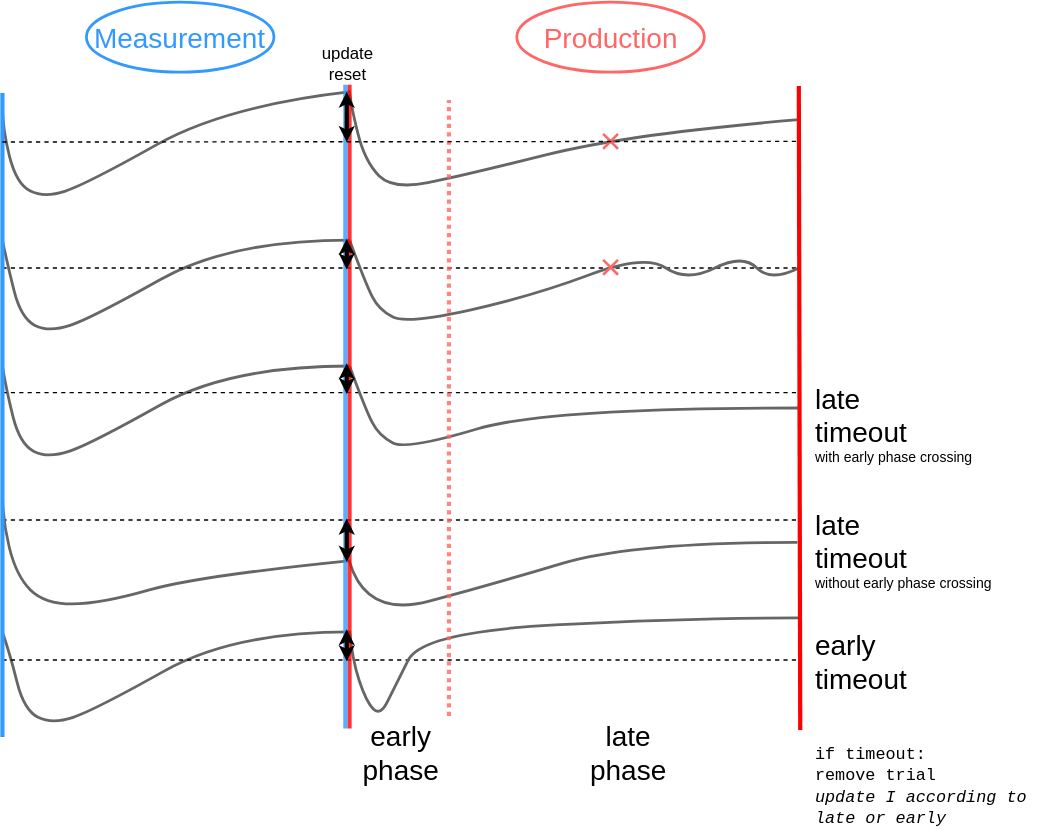
The draw.io diagram notes/defStages.drawio.svg in KatharinaBracher/neural-circuit-model, before a commit. Source tidied: cells renumbered, new cells last; positions are measured from the earlier drawing's top-left corner, leaving out a move shared by most shapes.
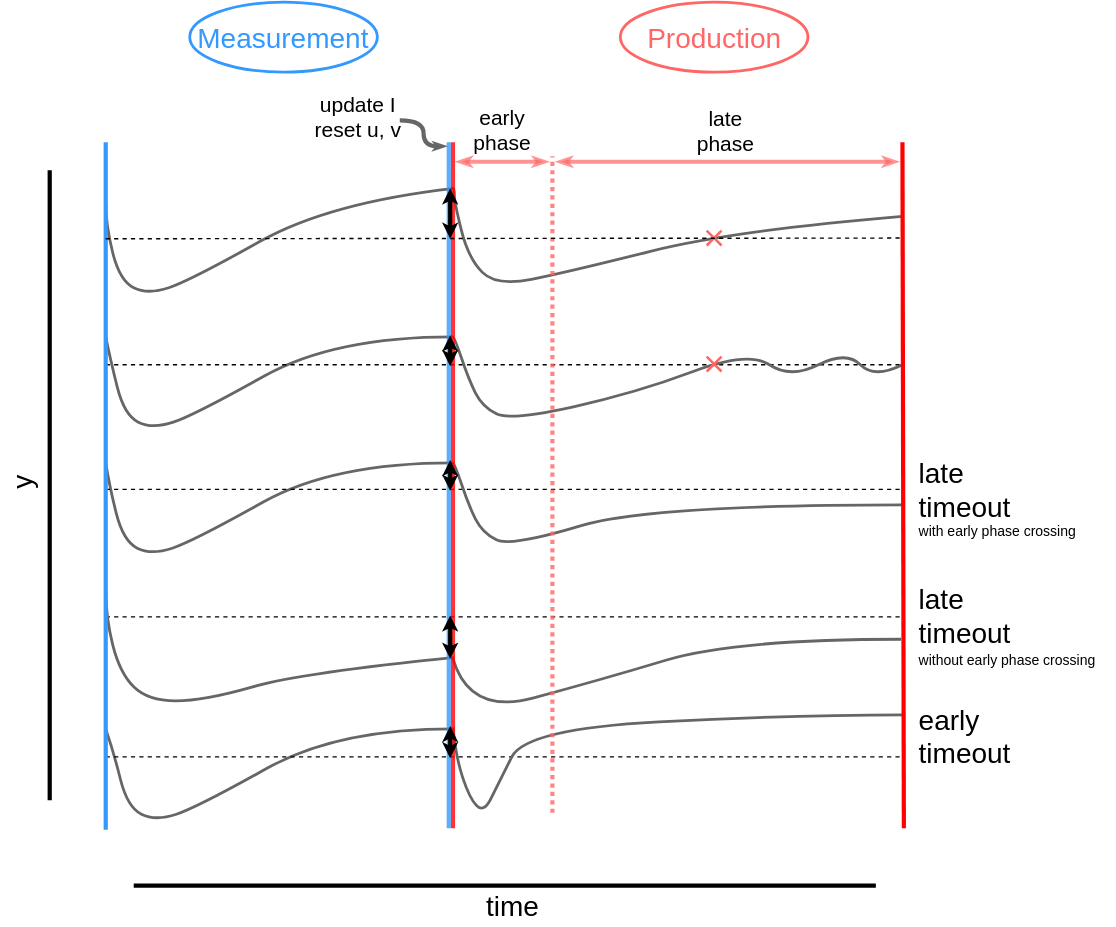
The same diagram one commit later.

Commit message:
adjustments and updated todos

The edit, as a diff of the source:
```diff
@@ -6,10 +6,10 @@
       <mxGeometry relative="1" as="geometry">
-        <mxPoint y="450" as="sourcePoint" />
-        <mxPoint x="248" y="450" as="targetPoint" />
+        <mxPoint y="529" as="sourcePoint" />
+        <mxPoint x="248" y="529" as="targetPoint" />
         <Array as="points">
-          <mxPoint x="5.5" y="466" />
-          <mxPoint x="15.5" y="506" />
-          <mxPoint x="35.5" y="516" />
-          <mxPoint x="65.5" y="506" />
-          <mxPoint x="165.5" y="450" />
+          <mxPoint x="5.5" y="545" />
+          <mxPoint x="15.5" y="585" />
+          <mxPoint x="35.5" y="595" />
+          <mxPoint x="65.5" y="585" />
+          <mxPoint x="165.5" y="529" />
         </Array>
@@ -19,10 +19,10 @@
       <mxGeometry relative="1" as="geometry">
-        <mxPoint y="260" as="sourcePoint" />
-        <mxPoint x="248" y="260" as="targetPoint" />
+        <mxPoint y="339" as="sourcePoint" />
+        <mxPoint x="248" y="339" as="targetPoint" />
         <Array as="points">
-          <mxPoint x="2.5" y="276" />
-          <mxPoint x="12.5" y="316" />
-          <mxPoint x="32.5" y="326" />
-          <mxPoint x="62.5" y="316" />
-          <mxPoint x="162.5" y="260" />
+          <mxPoint x="2.5" y="355" />
+          <mxPoint x="12.5" y="395" />
+          <mxPoint x="32.5" y="405" />
+          <mxPoint x="62.5" y="395" />
+          <mxPoint x="162.5" y="339" />
         </Array>
@@ -32,10 +32,10 @@
       <mxGeometry relative="1" as="geometry">
-        <mxPoint y="170" as="sourcePoint" />
-        <mxPoint x="248" y="170" as="targetPoint" />
+        <mxPoint y="249" as="sourcePoint" />
+        <mxPoint x="248" y="249" as="targetPoint" />
         <Array as="points">
-          <mxPoint x="3.2" y="186" />
-          <mxPoint x="13.2" y="226" />
-          <mxPoint x="33.2" y="236" />
-          <mxPoint x="63.2" y="226" />
-          <mxPoint x="163.2" y="170" />
+          <mxPoint x="3.2" y="265" />
+          <mxPoint x="13.2" y="305" />
+          <mxPoint x="33.2" y="315" />
+          <mxPoint x="63.2" y="305" />
+          <mxPoint x="163.2" y="249" />
         </Array>
@@ -45,4 +45,4 @@
       <mxGeometry relative="1" as="geometry">
-        <mxPoint y="279" as="sourcePoint" />
-        <mxPoint x="569" y="279" as="targetPoint" />
+        <mxPoint y="358" as="sourcePoint" />
+        <mxPoint x="569" y="358" as="targetPoint" />
       </mxGeometry>
@@ -50,3 +50,3 @@
     <mxCell id="6" value="late timeout" style="text;html=1;strokeColor=none;fillColor=none;align=left;verticalAlign=middle;whiteSpace=wrap;rounded=0;fontFamily=Helvetica;fontSize=20;fontColor=#000000;" parent="1" vertex="1">
-      <mxGeometry x="579" y="290" width="100" height="10" as="geometry" />
+      <mxGeometry x="579" y="353" width="100" height="10" as="geometry" />
     </mxCell>
@@ -54,10 +54,10 @@
       <mxGeometry relative="1" as="geometry">
-        <mxPoint x="248" y="260" as="sourcePoint" />
-        <mxPoint x="569" y="290" as="targetPoint" />
+        <mxPoint x="248" y="339" as="sourcePoint" />
+        <mxPoint x="569" y="369" as="targetPoint" />
         <Array as="points">
-          <mxPoint x="249" y="260" />
-          <mxPoint x="259" y="290" />
-          <mxPoint x="269" y="310" />
-          <mxPoint x="289" y="320" />
-          <mxPoint x="389" y="290" />
+          <mxPoint x="249" y="339" />
+          <mxPoint x="259" y="369" />
+          <mxPoint x="269" y="389" />
+          <mxPoint x="289" y="399" />
+          <mxPoint x="389" y="369" />
         </Array>
@@ -67,11 +67,11 @@
       <mxGeometry relative="1" as="geometry">
-        <mxPoint x="248" y="64" as="sourcePoint" />
-        <mxPoint x="569" y="84" as="targetPoint" />
+        <mxPoint x="248" y="143" as="sourcePoint" />
+        <mxPoint x="569" y="163" as="targetPoint" />
         <Array as="points">
-          <mxPoint x="249" y="64" />
-          <mxPoint x="249" y="74" />
-          <mxPoint x="259" y="114" />
-          <mxPoint x="279" y="134" />
-          <mxPoint x="329" y="124" />
-          <mxPoint x="449" y="94" />
+          <mxPoint x="249" y="143" />
+          <mxPoint x="249" y="153" />
+          <mxPoint x="259" y="193" />
+          <mxPoint x="279" y="213" />
+          <mxPoint x="329" y="203" />
+          <mxPoint x="449" y="173" />
         </Array>
@@ -81,4 +81,4 @@
       <mxGeometry relative="1" as="geometry">
-        <mxPoint y="190" as="sourcePoint" />
-        <mxPoint x="569" y="190" as="targetPoint" />
+        <mxPoint y="269" as="sourcePoint" />
+        <mxPoint x="569" y="269" as="targetPoint" />
       </mxGeometry>
@@ -87,14 +87,14 @@
       <mxGeometry relative="1" as="geometry">
-        <mxPoint x="248" y="170" as="sourcePoint" />
-        <mxPoint x="569" y="190" as="targetPoint" />
+        <mxPoint x="248" y="249" as="sourcePoint" />
+        <mxPoint x="569" y="269" as="targetPoint" />
         <Array as="points">
-          <mxPoint x="249" y="170" />
-          <mxPoint x="259" y="200" />
-          <mxPoint x="269" y="220" />
-          <mxPoint x="289" y="230" />
-          <mxPoint x="379" y="210" />
-          <mxPoint x="459" y="180" />
-          <mxPoint x="489" y="200" />
-          <mxPoint x="529" y="180" />
-          <mxPoint x="549" y="200" />
+          <mxPoint x="249" y="249" />
+          <mxPoint x="259" y="279" />
+          <mxPoint x="269" y="299" />
+          <mxPoint x="289" y="309" />
+          <mxPoint x="379" y="289" />
+          <mxPoint x="459" y="259" />
+          <mxPoint x="489" y="279" />
+          <mxPoint x="529" y="259" />
+          <mxPoint x="549" y="279" />
         </Array>
@@ -104,4 +104,4 @@
       <mxGeometry relative="1" as="geometry">
-        <mxPoint y="470" as="sourcePoint" />
-        <mxPoint x="570" y="470" as="targetPoint" />
+        <mxPoint y="549" as="sourcePoint" />
+        <mxPoint x="570" y="549" as="targetPoint" />
       </mxGeometry>
@@ -110,11 +110,11 @@
       <mxGeometry relative="1" as="geometry">
-        <mxPoint x="248" y="449" as="sourcePoint" />
-        <mxPoint x="570" y="440" as="targetPoint" />
+        <mxPoint x="248" y="528" as="sourcePoint" />
+        <mxPoint x="570" y="519" as="targetPoint" />
         <Array as="points">
-          <mxPoint x="250" y="470" />
-          <mxPoint x="260" y="500" />
-          <mxPoint x="270" y="510" />
-          <mxPoint x="280" y="490" />
-          <mxPoint x="300" y="450" />
-          <mxPoint x="490" y="440" />
+          <mxPoint x="250" y="549" />
+          <mxPoint x="260" y="579" />
+          <mxPoint x="270" y="589" />
+          <mxPoint x="280" y="569" />
+          <mxPoint x="300" y="529" />
+          <mxPoint x="490" y="519" />
         </Array>
@@ -123,21 +123,18 @@
     <mxCell id="13" value="early timeout" style="text;html=1;strokeColor=none;fillColor=none;align=left;verticalAlign=middle;whiteSpace=wrap;rounded=0;fontFamily=Helvetica;fontSize=20;fontColor=#000000;" parent="1" vertex="1">
-      <mxGeometry x="579" y="466" width="111" height="10" as="geometry" />
+      <mxGeometry x="579" y="529" width="111" height="10" as="geometry" />
     </mxCell>
     <mxCell id="14" style="shape=cross;whiteSpace=wrap;html=1;fontFamily=Courier New;fontSize=18;fontColor=#ffffff;strokeColor=none;fillColor=#FF6666;rotation=-45;size=0.12116421417921022;" parent="1" vertex="1">
-      <mxGeometry x="427" y="92" width="15" height="15" as="geometry" />
+      <mxGeometry x="427" y="171" width="15" height="15" as="geometry" />
     </mxCell>
     <mxCell id="15" style="shape=cross;whiteSpace=wrap;html=1;fontFamily=Courier New;fontSize=18;fontColor=#ffffff;strokeColor=none;fillColor=#FF6666;rotation=-45;size=0.12116421417921022;" parent="1" vertex="1">
-      <mxGeometry x="427" y="182" width="15" height="15" as="geometry" />
+      <mxGeometry x="427" y="261" width="15" height="15" as="geometry" />
     </mxCell>
-    <mxCell id="16" value="&lt;font color=&quot;#000000&quot; face=&quot;Courier New&quot;&gt;if timeout: &lt;br&gt;remove trial&lt;br&gt;&lt;i&gt;update I according to late or early&lt;/i&gt;&lt;br&gt;&lt;/font&gt;" style="text;html=1;strokeColor=none;fillColor=none;align=left;verticalAlign=middle;whiteSpace=wrap;rounded=0;" parent="1" vertex="1">
-      <mxGeometry x="579" y="528" width="162.5" height="63" as="geometry" />
-    </mxCell>
-    <mxCell id="17" value="early phase" style="text;html=1;strokeColor=none;fillColor=none;align=center;verticalAlign=middle;whiteSpace=wrap;rounded=0;fontFamily=Helvetica;fontSize=20;fontColor=#000000;" parent="1" vertex="1">
-      <mxGeometry x="235" y="517.5" width="100" height="37" as="geometry" />
+    <mxCell id="17" value="early phase" style="text;html=1;strokeColor=none;fillColor=none;align=center;verticalAlign=middle;whiteSpace=wrap;rounded=0;fontFamily=Helvetica;fontSize=15;fontColor=#000000;" parent="1" vertex="1">
+      <mxGeometry x="246" y="82" width="75" height="37" as="geometry" />
     </mxCell>
-    <mxCell id="18" value="late phase" style="text;html=1;strokeColor=none;fillColor=none;align=center;verticalAlign=middle;whiteSpace=wrap;rounded=0;fontFamily=Helvetica;fontSize=20;fontColor=#000000;" parent="1" vertex="1">
-      <mxGeometry x="408" y="531" width="78.5" height="10" as="geometry" />
+    <mxCell id="18" value="late phase" style="text;html=1;strokeColor=none;fillColor=none;align=center;verticalAlign=middle;whiteSpace=wrap;rounded=0;fontFamily=Helvetica;fontSize=15;fontColor=#000000;" parent="1" vertex="1">
+      <mxGeometry x="412" y="96.5" width="62" height="10" as="geometry" />
     </mxCell>
     <mxCell id="19" value="Production" style="ellipse;whiteSpace=wrap;html=1;labelBackgroundColor=none;fontFamily=Helvetica;fontSize=20;fontColor=#FF6666;strokeColor=#FF6666;strokeWidth=2;fillColor=none;" parent="1" vertex="1">
-      <mxGeometry x="367.5" width="134" height="50" as="geometry" />
+      <mxGeometry x="367.5" y="10" width="134" height="50" as="geometry" />
     </mxCell>
@@ -145,4 +142,4 @@
       <mxGeometry relative="1" as="geometry">
-        <mxPoint y="370" as="sourcePoint" />
-        <mxPoint x="570" y="370" as="targetPoint" />
+        <mxPoint y="449" as="sourcePoint" />
+        <mxPoint x="570" y="449" as="targetPoint" />
       </mxGeometry>
@@ -151,8 +148,8 @@
       <mxGeometry relative="1" as="geometry">
-        <mxPoint x="248" y="400" as="sourcePoint" />
-        <mxPoint x="568" y="386" as="targetPoint" />
+        <mxPoint x="248" y="479" as="sourcePoint" />
+        <mxPoint x="568" y="465" as="targetPoint" />
         <Array as="points">
-          <mxPoint x="260" y="440" />
-          <mxPoint x="350" y="416" />
-          <mxPoint x="450" y="386" />
+          <mxPoint x="260" y="519" />
+          <mxPoint x="350" y="495" />
+          <mxPoint x="450" y="465" />
         </Array>
@@ -162,4 +159,4 @@
       <mxGeometry relative="1" as="geometry">
-        <mxPoint x="570" y="520" as="sourcePoint" />
-        <mxPoint x="569" y="60" as="targetPoint" />
+        <mxPoint x="570" y="600" as="sourcePoint" />
+        <mxPoint x="569" y="110" as="targetPoint" />
       </mxGeometry>
@@ -168,4 +165,4 @@
       <mxGeometry relative="1" as="geometry">
-        <mxPoint x="319" y="510" as="sourcePoint" />
-        <mxPoint x="319" y="70" as="targetPoint" />
+        <mxPoint x="319" y="589" as="sourcePoint" />
+        <mxPoint x="319" y="120" as="targetPoint" />
       </mxGeometry>
@@ -173,12 +170,12 @@
     <mxCell id="24" value="with early phase crossing" style="text;html=1;strokeColor=none;fillColor=none;align=left;verticalAlign=middle;whiteSpace=wrap;rounded=0;fontFamily=Helvetica;fontSize=10;fontColor=#000000;" parent="1" vertex="1">
-      <mxGeometry x="579" y="320" width="141" height="10" as="geometry" />
+      <mxGeometry x="579" y="383" width="141" height="10" as="geometry" />
     </mxCell>
     <mxCell id="25" value="late timeout" style="text;html=1;strokeColor=none;fillColor=none;align=left;verticalAlign=middle;whiteSpace=wrap;rounded=0;fontFamily=Helvetica;fontSize=20;fontColor=#000000;" parent="1" vertex="1">
-      <mxGeometry x="579" y="380" width="100" height="10" as="geometry" />
+      <mxGeometry x="579" y="443" width="100" height="10" as="geometry" />
     </mxCell>
     <mxCell id="26" value="without early phase crossing" style="text;html=1;strokeColor=none;fillColor=none;align=left;verticalAlign=middle;whiteSpace=wrap;rounded=0;fontFamily=Helvetica;fontSize=10;fontColor=#000000;" parent="1" vertex="1">
-      <mxGeometry x="579" y="410" width="141" height="10" as="geometry" />
+      <mxGeometry x="579" y="475" width="141" height="10" as="geometry" />
     </mxCell>
     <mxCell id="27" value="Measurement" style="ellipse;whiteSpace=wrap;html=1;labelBackgroundColor=none;fontFamily=Helvetica;fontSize=20;fontColor=#3399FF;strokeColor=#3399FF;strokeWidth=2;fillColor=none;" parent="1" vertex="1">
-      <mxGeometry x="60" width="134" height="50" as="geometry" />
+      <mxGeometry x="60" y="10" width="134" height="50" as="geometry" />
     </mxCell>
@@ -186,10 +183,10 @@
       <mxGeometry relative="1" as="geometry">
-        <mxPoint y="74" as="sourcePoint" />
-        <mxPoint x="249" y="64" as="targetPoint" />
+        <mxPoint y="153" as="sourcePoint" />
+        <mxPoint x="249" y="143" as="targetPoint" />
         <Array as="points">
-          <mxPoint y="90" />
-          <mxPoint x="10" y="130" />
-          <mxPoint x="30" y="140" />
-          <mxPoint x="60" y="130" />
-          <mxPoint x="160" y="74" />
+          <mxPoint y="169" />
+          <mxPoint x="10" y="209" />
+          <mxPoint x="30" y="219" />
+          <mxPoint x="60" y="209" />
+          <mxPoint x="160" y="153" />
         </Array>
@@ -199,10 +196,10 @@
       <mxGeometry relative="1" as="geometry">
-        <mxPoint y="350" as="sourcePoint" />
-        <mxPoint x="249" y="399" as="targetPoint" />
+        <mxPoint y="429" as="sourcePoint" />
+        <mxPoint x="249" y="478" as="targetPoint" />
         <Array as="points">
-          <mxPoint y="370" />
-          <mxPoint x="10" y="410" />
-          <mxPoint x="30" y="430" />
-          <mxPoint x="70" y="430" />
-          <mxPoint x="140" y="410" />
+          <mxPoint y="449" />
+          <mxPoint x="10" y="489" />
+          <mxPoint x="30" y="509" />
+          <mxPoint x="70" y="509" />
+          <mxPoint x="140" y="489" />
         </Array>
@@ -212,4 +209,4 @@
       <mxGeometry relative="1" as="geometry">
-        <mxPoint y="525" as="sourcePoint" />
-        <mxPoint y="65" as="targetPoint" />
+        <mxPoint y="601" as="sourcePoint" />
+        <mxPoint y="110" as="targetPoint" />
       </mxGeometry>
@@ -218,4 +215,4 @@
       <mxGeometry relative="1" as="geometry">
-        <mxPoint x="248" y="519" as="sourcePoint" />
-        <mxPoint x="248" y="59" as="targetPoint" />
+        <mxPoint x="248" y="600" as="sourcePoint" />
+        <mxPoint x="248" y="110" as="targetPoint" />
       </mxGeometry>
@@ -224,4 +221,4 @@
       <mxGeometry relative="1" as="geometry">
-        <mxPoint x="245" y="519" as="sourcePoint" />
-        <mxPoint x="245" y="59" as="targetPoint" />
+        <mxPoint x="245" y="600" as="sourcePoint" />
+        <mxPoint x="245" y="110" as="targetPoint" />
       </mxGeometry>
@@ -230,4 +227,4 @@
       <mxGeometry relative="1" as="geometry">
-        <mxPoint y="100" as="sourcePoint" />
-        <mxPoint x="569" y="99.5" as="targetPoint" />
+        <mxPoint y="179" as="sourcePoint" />
+        <mxPoint x="569" y="178.5" as="targetPoint" />
       </mxGeometry>
@@ -236,4 +233,4 @@
       <mxGeometry relative="1" as="geometry">
-        <mxPoint x="246" y="100" as="sourcePoint" />
-        <mxPoint x="246" y="64" as="targetPoint" />
+        <mxPoint x="246" y="179" as="sourcePoint" />
+        <mxPoint x="246" y="143" as="targetPoint" />
       </mxGeometry>
@@ -242,4 +239,4 @@
       <mxGeometry relative="1" as="geometry">
-        <mxPoint x="246" y="400" as="sourcePoint" />
-        <mxPoint x="246" y="369" as="targetPoint" />
+        <mxPoint x="246" y="479" as="sourcePoint" />
+        <mxPoint x="246" y="448" as="targetPoint" />
       </mxGeometry>
@@ -248,4 +245,4 @@
       <mxGeometry relative="1" as="geometry">
-        <mxPoint x="246" y="471" as="sourcePoint" />
-        <mxPoint x="246" y="448" as="targetPoint" />
+        <mxPoint x="246" y="550" as="sourcePoint" />
+        <mxPoint x="246" y="527" as="targetPoint" />
       </mxGeometry>
@@ -254,4 +251,4 @@
       <mxGeometry relative="1" as="geometry">
-        <mxPoint x="246" y="280" as="sourcePoint" />
-        <mxPoint x="246" y="258" as="targetPoint" />
+        <mxPoint x="246" y="359" as="sourcePoint" />
+        <mxPoint x="246" y="337" as="targetPoint" />
       </mxGeometry>
@@ -260,9 +257,49 @@
       <mxGeometry relative="1" as="geometry">
-        <mxPoint x="246" y="191" as="sourcePoint" />
-        <mxPoint x="246" y="169" as="targetPoint" />
+        <mxPoint x="246" y="270" as="sourcePoint" />
+        <mxPoint x="246" y="248" as="targetPoint" />
       </mxGeometry>
     </mxCell>
-    <mxCell id="39" value="update&lt;br&gt;reset" style="text;html=1;strokeColor=none;fillColor=none;align=center;verticalAlign=middle;whiteSpace=wrap;rounded=0;fontColor=#000000;" parent="1" vertex="1">
-      <mxGeometry x="217" y="29" width="60" height="30" as="geometry" />
+    <mxCell id="39" value="update I&lt;br style=&quot;font-size: 15px;&quot;&gt;reset u, v" style="text;html=1;strokeColor=none;fillColor=none;align=center;verticalAlign=middle;whiteSpace=wrap;rounded=0;fontColor=#000000;fontSize=15;" parent="1" vertex="1">
+      <mxGeometry x="144" y="76.5" width="73" height="30" as="geometry" />
     </mxCell>
+    <mxCell id="40" value="y" style="text;html=1;strokeColor=none;fillColor=none;align=center;verticalAlign=middle;whiteSpace=wrap;rounded=0;fontColor=#000000;rotation=-90;fontSize=20;" parent="1" vertex="1">
+      <mxGeometry x="-90" y="338" width="60" height="30" as="geometry" />
+    </mxCell>
+    <mxCell id="41" value="time" style="text;html=1;strokeColor=none;fillColor=none;align=center;verticalAlign=middle;whiteSpace=wrap;rounded=0;fontColor=#000000;rotation=0;fontSize=20;" parent="1" vertex="1">
+      <mxGeometry x="261" y="640" width="60" height="30" as="geometry" />
+    </mxCell>
+    <mxCell id="42" style="endArrow=classicThin;html=1;fontSize=15;fontColor=#000000;startSize=2;endSize=2;strokeColor=#FF6666;strokeWidth=3;opacity=70;startArrow=classicThin;startFill=1;endFill=1;" parent="1" edge="1">
+      <mxGeometry relative="1" as="geometry">
+        <mxPoint x="250.5" y="124" as="sourcePoint" />
+        <mxPoint x="316" y="124" as="targetPoint" />
+      </mxGeometry>
+    </mxCell>
+    <mxCell id="43" style="endArrow=classicThin;html=1;fontSize=15;fontColor=#000000;startSize=2;endSize=2;strokeColor=#FF6666;strokeWidth=3;opacity=70;startArrow=classicThin;startFill=1;endFill=1;" parent="1" edge="1">
+      <mxGeometry relative="1" as="geometry">
+        <mxPoint x="322" y="124" as="sourcePoint" />
+        <mxPoint x="566" y="124" as="targetPoint" />
+      </mxGeometry>
+    </mxCell>
+    <mxCell id="44" style="endArrow=classicThin;html=1;rounded=1;labelBackgroundColor=default;fontFamily=Helvetica;fontSize=15;fontColor=#000000;startSize=1;endSize=0;sourcePerimeterSpacing=0;targetPerimeterSpacing=0;strokeColor=#666666;strokeWidth=3;shape=connector;exitX=1;exitY=0.5;exitDx=0;exitDy=0;edgeStyle=orthogonalEdgeStyle;curved=1;endFill=1;" parent="1" edge="1">
+      <mxGeometry relative="1" as="geometry">
+        <mxPoint x="210" y="94.5" as="sourcePoint" />
+        <mxPoint x="243" y="113" as="targetPoint" />
+        <Array as="points">
+          <mxPoint x="227" y="94" />
+          <mxPoint x="227" y="113" />
+        </Array>
+      </mxGeometry>
+    </mxCell>
+    <mxCell id="45" style="endArrow=none;html=1;rounded=1;labelBackgroundColor=default;fontFamily=Helvetica;fontSize=15;fontColor=#000000;startSize=1;endSize=0;sourcePerimeterSpacing=0;targetPerimeterSpacing=0;strokeColor=#000000;strokeWidth=3;shape=connector;curved=1;" parent="1" edge="1">
+      <mxGeometry relative="1" as="geometry">
+        <mxPoint x="-40" y="580" as="sourcePoint" />
+        <mxPoint x="-40" y="130" as="targetPoint" />
+      </mxGeometry>
+    </mxCell>
+    <mxCell id="46" style="endArrow=none;html=1;rounded=1;labelBackgroundColor=default;fontFamily=Helvetica;fontSize=15;fontColor=#000000;startSize=1;endSize=0;sourcePerimeterSpacing=0;targetPerimeterSpacing=0;strokeColor=#000000;strokeWidth=3;shape=connector;curved=1;" parent="1" edge="1">
+      <mxGeometry relative="1" as="geometry">
+        <mxPoint x="20" y="641" as="sourcePoint" />
+        <mxPoint x="550" y="641" as="targetPoint" />
+      </mxGeometry>
+    </mxCell>
   </root>
```
